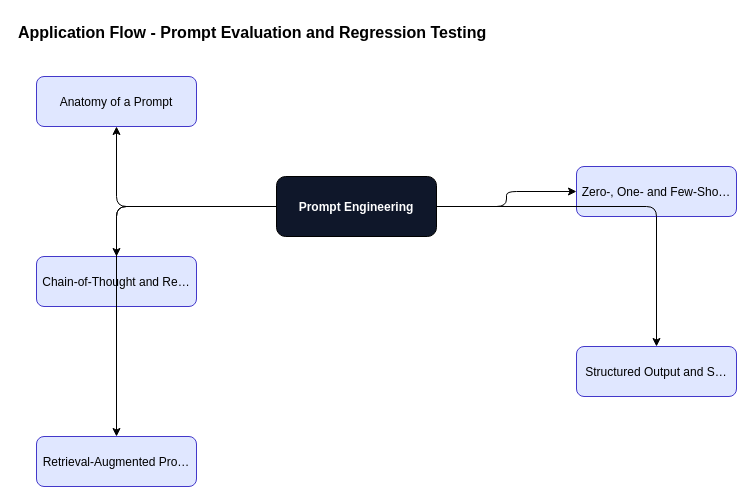
The draw.io diagram content/prompt-engineering/prompt-engineering-foundations/diagrams/fig-011-application-flow.drawio in ankit05121980/AI-University, before the edit. Source tidied: cells renumbered, new cells numbered last; positions are measured from the earlier drawing's top-left corner, leaving out a move shared by most shapes. Both pictures are drawn from the tidied source at 100%, with x=0, y=0 at pixel (16, 16).
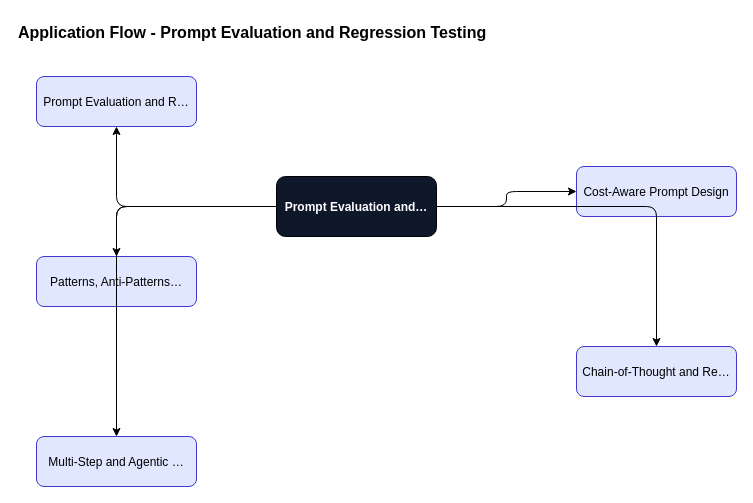
The same diagram, later.

What changed in the source:
```diff
@@
 <mxGraphModel>
   <root>
     <mxCell id="0" />
     <mxCell id="1" parent="0" />
     <mxCell id="2" value="Application Flow - Prompt Evaluation and Regression Testing" style="text;fontSize=16;fontStyle=1;" parent="1" vertex="1">
       <mxGeometry width="600" height="30" as="geometry" />
     </mxCell>
-    <mxCell id="3" value="Prompt Engineering" style="rounded=1;fillColor=#0f172a;fontColor=#ffffff;fontStyle=1;" parent="1" vertex="1">
+    <mxCell id="3" value="Prompt Evaluation and…" style="rounded=1;fillColor=#0f172a;fontColor=#ffffff;fontStyle=1;" parent="1" vertex="1">
       <mxGeometry x="260" y="160" width="160" height="60" as="geometry" />
     </mxCell>
-    <mxCell id="4" value="Anatomy of a Prompt" style="rounded=1;fillColor=#e0e7ff;strokeColor=#4338ca;" parent="1" vertex="1">
+    <mxCell id="4" value="Prompt Evaluation and R…" style="rounded=1;fillColor=#e0e7ff;strokeColor=#4338ca;" parent="1" vertex="1">
       <mxGeometry x="20" y="60" width="160" height="50" as="geometry" />
     </mxCell>
     <mxCell id="5" style="edgeStyle=orthogonalEdgeStyle;" parent="1" edge="1" source="3" target="4">
       <mxGeometry relative="1" as="geometry" />
     </mxCell>
-    <mxCell id="6" value="Zero-, One- and Few-Sho…" style="rounded=1;fillColor=#e0e7ff;strokeColor=#4338ca;" parent="1" vertex="1">
+    <mxCell id="6" value="Cost-Aware Prompt Design" style="rounded=1;fillColor=#e0e7ff;strokeColor=#4338ca;" parent="1" vertex="1">
       <mxGeometry x="560" y="150" width="160" height="50" as="geometry" />
     </mxCell>
     <mxCell id="7" style="edgeStyle=orthogonalEdgeStyle;" parent="1" edge="1" source="3" target="6">
       <mxGeometry relative="1" as="geometry" />
     </mxCell>
-    <mxCell id="8" value="Chain-of-Thought and Re…" style="rounded=1;fillColor=#e0e7ff;strokeColor=#4338ca;" parent="1" vertex="1">
+    <mxCell id="8" value="Patterns, Anti-Patterns…" style="rounded=1;fillColor=#e0e7ff;strokeColor=#4338ca;" parent="1" vertex="1">
       <mxGeometry x="20" y="240" width="160" height="50" as="geometry" />
     </mxCell>
     <mxCell id="9" style="edgeStyle=orthogonalEdgeStyle;" parent="1" edge="1" source="3" target="8">
       <mxGeometry relative="1" as="geometry" />
     </mxCell>
-    <mxCell id="10" value="Structured Output and S…" style="rounded=1;fillColor=#e0e7ff;strokeColor=#4338ca;" parent="1" vertex="1">
+    <mxCell id="10" value="Chain-of-Thought and Re…" style="rounded=1;fillColor=#e0e7ff;strokeColor=#4338ca;" parent="1" vertex="1">
       <mxGeometry x="560" y="330" width="160" height="50" as="geometry" />
     </mxCell>
     <mxCell id="11" style="edgeStyle=orthogonalEdgeStyle;" parent="1" edge="1" source="3" target="10">
       <mxGeometry relative="1" as="geometry" />
     </mxCell>
-    <mxCell id="12" value="Retrieval-Augmented Pro…" style="rounded=1;fillColor=#e0e7ff;strokeColor=#4338ca;" parent="1" vertex="1">
+    <mxCell id="12" value="Multi-Step and Agentic …" style="rounded=1;fillColor=#e0e7ff;strokeColor=#4338ca;" parent="1" vertex="1">
       <mxGeometry x="20" y="420" width="160" height="50" as="geometry" />
     </mxCell>
     <mxCell id="13" style="edgeStyle=orthogonalEdgeStyle;" parent="1" edge="1" source="3" target="12">
       <mxGeometry relative="1" as="geometry" />
     </mxCell>
   </root>
 </mxGraphModel>
```
